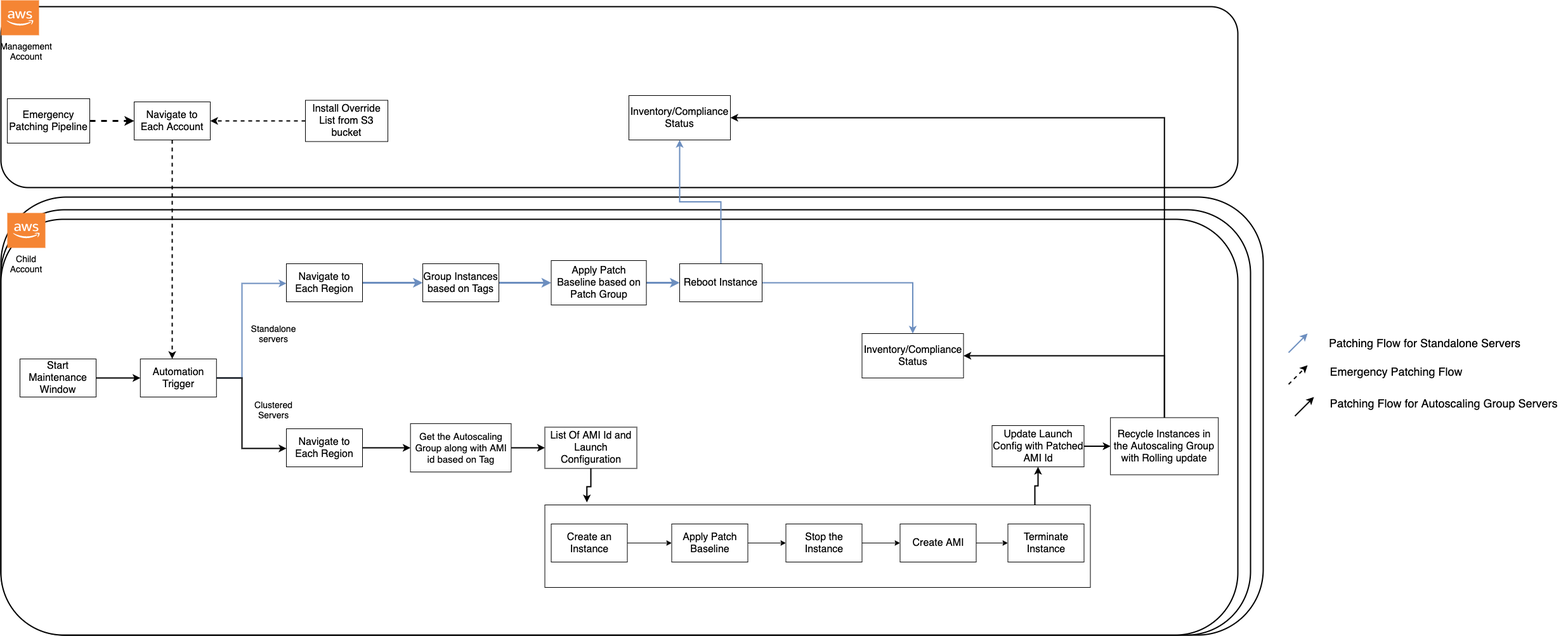
Above: images/Flow-Diagram-Patching.png in aws-samples/self-service-patching-solution-for-multi-account-organisation (draw.io), before the change. Source tidied: cells renumbered, new cells last; positions are measured from the earlier drawing's top-left corner, leaving out a move shared by most shapes.
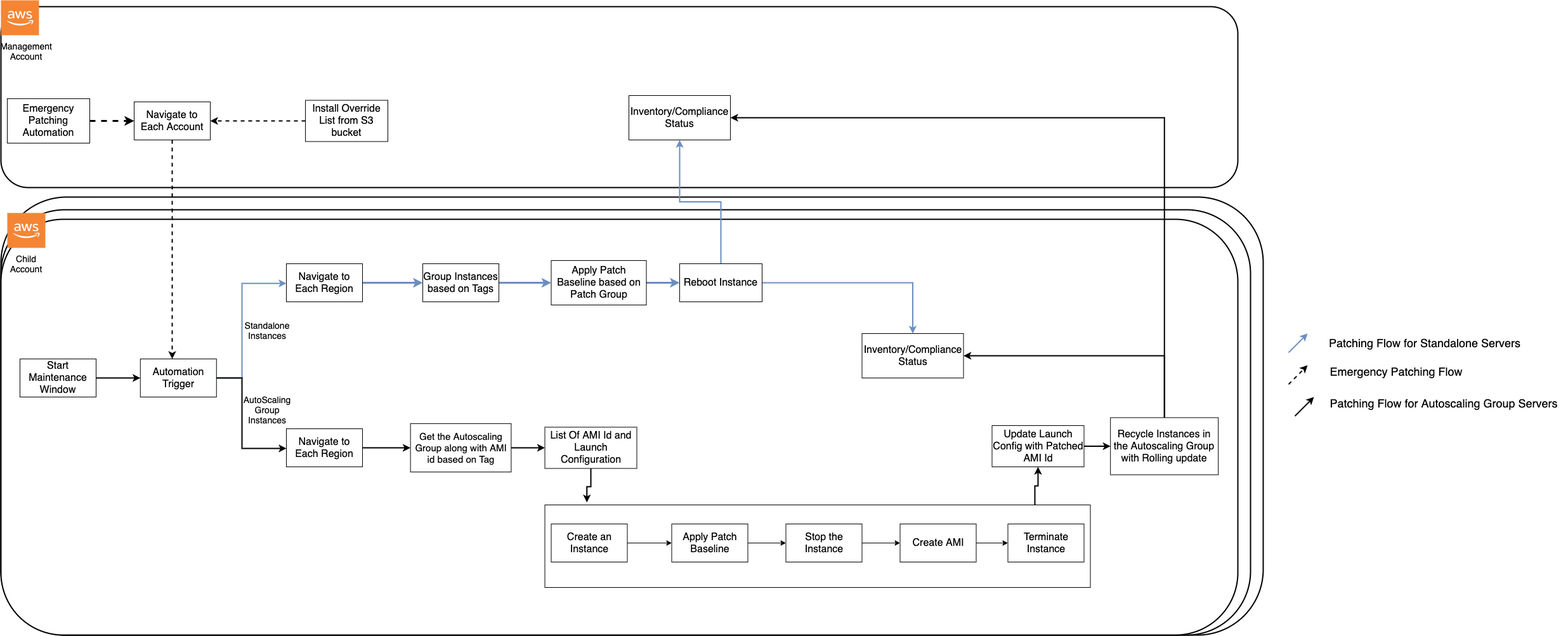
The same file after the commit.

Change to the diagram source:
```diff
@@ -50,7 +50,7 @@
     <mxCell id="17" style="edgeStyle=orthogonalEdgeStyle;rounded=0;jettySize=auto;html=1;strokeWidth=3;dashed=1;" parent="1" edge="1" source="18" target="20">
       <mxGeometry relative="1" as="geometry" />
     </mxCell>
-    <mxCell id="18" value="&lt;font style=&quot;font-size: 16px&quot;&gt;Emergency Patching Pipeline&lt;/font&gt;" style="rounded=0;whiteSpace=wrap;html=1;" parent="1" vertex="1">
+    <mxCell id="18" value="&lt;font style=&quot;font-size: 16px&quot;&gt;Emergency Patching Automation&lt;/font&gt;" style="rounded=0;whiteSpace=wrap;html=1;" parent="1" vertex="1">
       <mxGeometry x="10" y="155" width="130" height="70" as="geometry" />
     </mxCell>
     <mxCell id="19" style="edgeStyle=orthogonalEdgeStyle;rounded=0;jettySize=auto;html=1;strokeWidth=2;dashed=1;" parent="1" edge="1" source="20" target="50">
@@ -152,11 +152,11 @@
     <mxCell id="45" value="&lt;font style=&quot;font-size: 16px&quot;&gt;Terminate Instance&lt;/font&gt;" style="rounded=0;whiteSpace=wrap;html=1;" parent="1" vertex="1">
       <mxGeometry x="1587.5" y="825" width="120" height="60" as="geometry" />
     </mxCell>
-    <mxCell id="46" value="&lt;font style=&quot;font-size: 14px&quot;&gt;Standalone servers&lt;/font&gt;" style="text;html=1;strokeColor=none;fillColor=none;align=center;verticalAlign=middle;whiteSpace=wrap;rounded=0;" parent="1" vertex="1">
-      <mxGeometry x="410" y="494.9" width="40" height="60" as="geometry" />
+    <mxCell id="46" value="&lt;font style=&quot;font-size: 14px&quot;&gt;Standalone Instances&lt;br&gt;&lt;/font&gt;" style="text;html=1;strokeColor=none;fillColor=none;align=center;verticalAlign=middle;whiteSpace=wrap;rounded=0;" parent="1" vertex="1">
+      <mxGeometry x="400" y="490" width="40" height="60" as="geometry" />
     </mxCell>
-    <mxCell id="47" value="&lt;font style=&quot;font-size: 14px&quot;&gt;Clustered Servers&lt;/font&gt;" style="text;html=1;strokeColor=none;fillColor=none;align=center;verticalAlign=middle;whiteSpace=wrap;rounded=0;" parent="1" vertex="1">
-      <mxGeometry x="410" y="615" width="40" height="60" as="geometry" />
+    <mxCell id="47" value="&lt;font style=&quot;font-size: 14px&quot;&gt;AutoScaling Group Instances&lt;/font&gt;" style="text;html=1;strokeColor=none;fillColor=none;align=center;verticalAlign=middle;whiteSpace=wrap;rounded=0;" parent="1" vertex="1">
+      <mxGeometry x="400" y="615" width="40" height="60" as="geometry" />
     </mxCell>
     <mxCell id="48" style="edgeStyle=orthogonalEdgeStyle;rounded=0;jettySize=auto;html=1;strokeColor=#6c8ebf;strokeWidth=2;fillColor=#dae8fc;" parent="1" edge="1" source="50" target="9">
       <mxGeometry relative="1" as="geometry">
```
